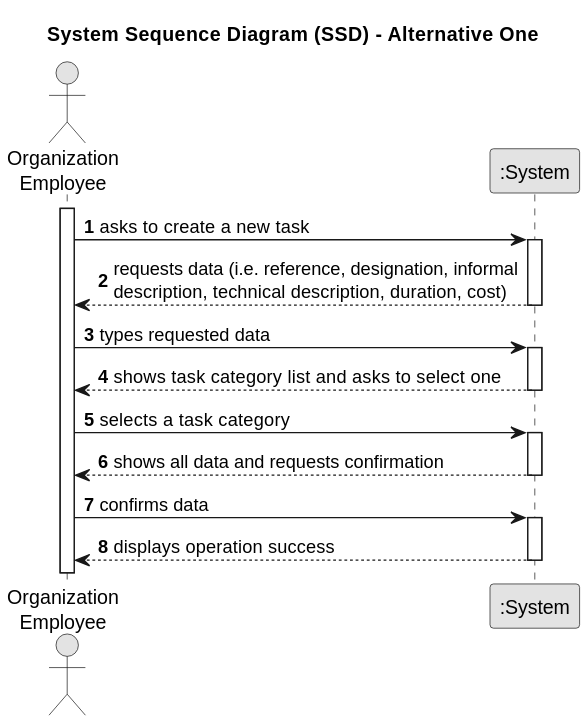
Departamento-de-Engenharia-Informatica/lei-24-s2-1dkl-g134 keeps this PlantUML diagram as docs/sprintA/us004/01.requirements-engineering/svg/us006-system-sequence-diagram-alternative-one.svg. Above is the earlier version. Source of this version:
```plantuml
@startuml
skinparam monochrome true
skinparam packageStyle rectangle
skinparam shadowing false

title System Sequence Diagram (SSD) - Alternative One

autonumber

actor "Organization\nEmployee" as Employee
participant ":System" as System

activate Employee

    Employee -> System : asks to create a new task
    activate System

        System --> Employee : requests data (i.e. reference, designation, informal\ndescription, technical description, duration, cost)
    deactivate System

    Employee -> System : types requested data
    activate System

        System --> Employee : shows task category list and asks to select one
    deactivate System

    Employee -> System : selects a task category
    activate System

        System --> Employee : shows all data and requests confirmation
    deactivate System

    Employee -> System : confirms data
    activate System

        System --> Employee : displays operation success
    deactivate System
@enduml
```
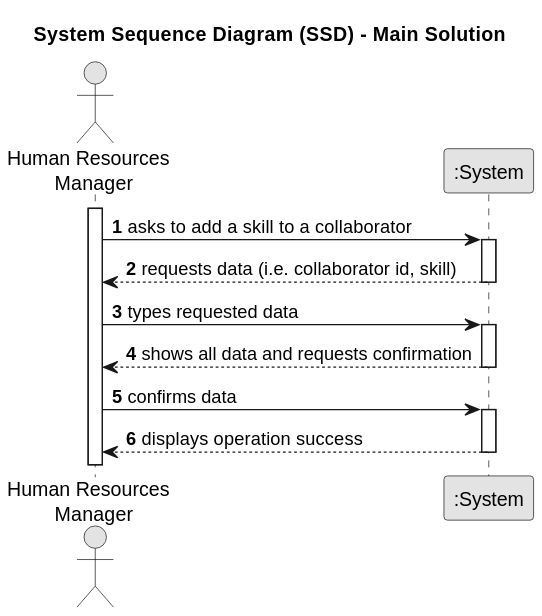
After the change.

Commit message:
SSD 004 and 004 Use Case

Diff of the diagram source:
```diff
@@ -3,28 +3,22 @@
 skinparam packageStyle rectangle
 skinparam shadowing false
 
-title System Sequence Diagram (SSD) - Alternative One
+title System Sequence Diagram (SSD) - Main Solution
 
 autonumber
 
-actor "Organization\nEmployee" as Employee
+actor "Human Resources \n Manager" as Employee
 participant ":System" as System
 
 activate Employee
 
-    Employee -> System : asks to create a new task
+    Employee -> System : asks to add a skill to a collaborator
     activate System
 
-        System --> Employee : requests data (i.e. reference, designation, informal\ndescription, technical description, duration, cost)
+        System --> Employee : requests data (i.e. collaborator id, skill)
     deactivate System
 
     Employee -> System : types requested data
-    activate System
-
-        System --> Employee : shows task category list and asks to select one
-    deactivate System
-
-    Employee -> System : selects a task category
     activate System
 
         System --> Employee : shows all data and requests confirmation
```
